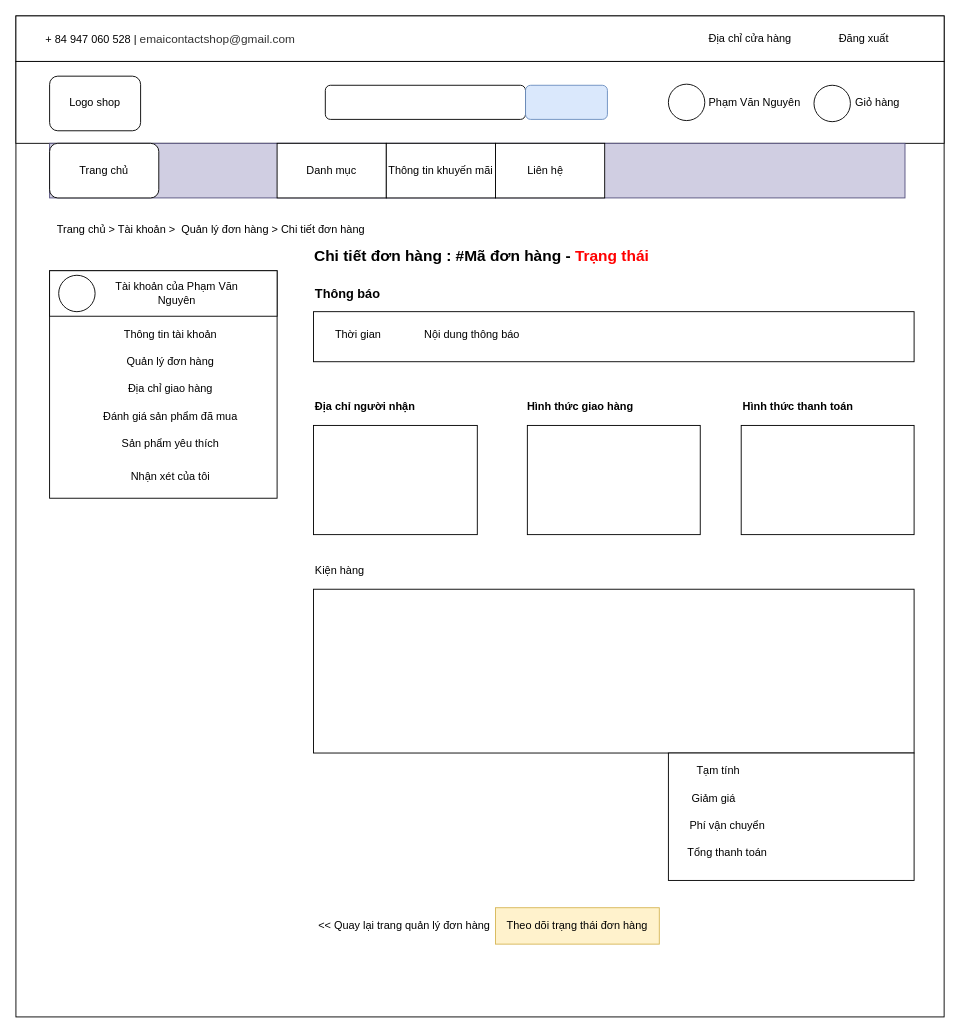
Before: mockup-fe/orderDetail-mockup.drawio in nguyenphamvan/datn_20202, a draw.io diagram. Source tidied: cells renumbered, new cells numbered last; positions are measured from the earlier drawing's top-left corner, leaving out a move shared by most shapes. Both pictures are drawn from the tidied source at 91%, with x=0, y=0 at pixel (15, 15).
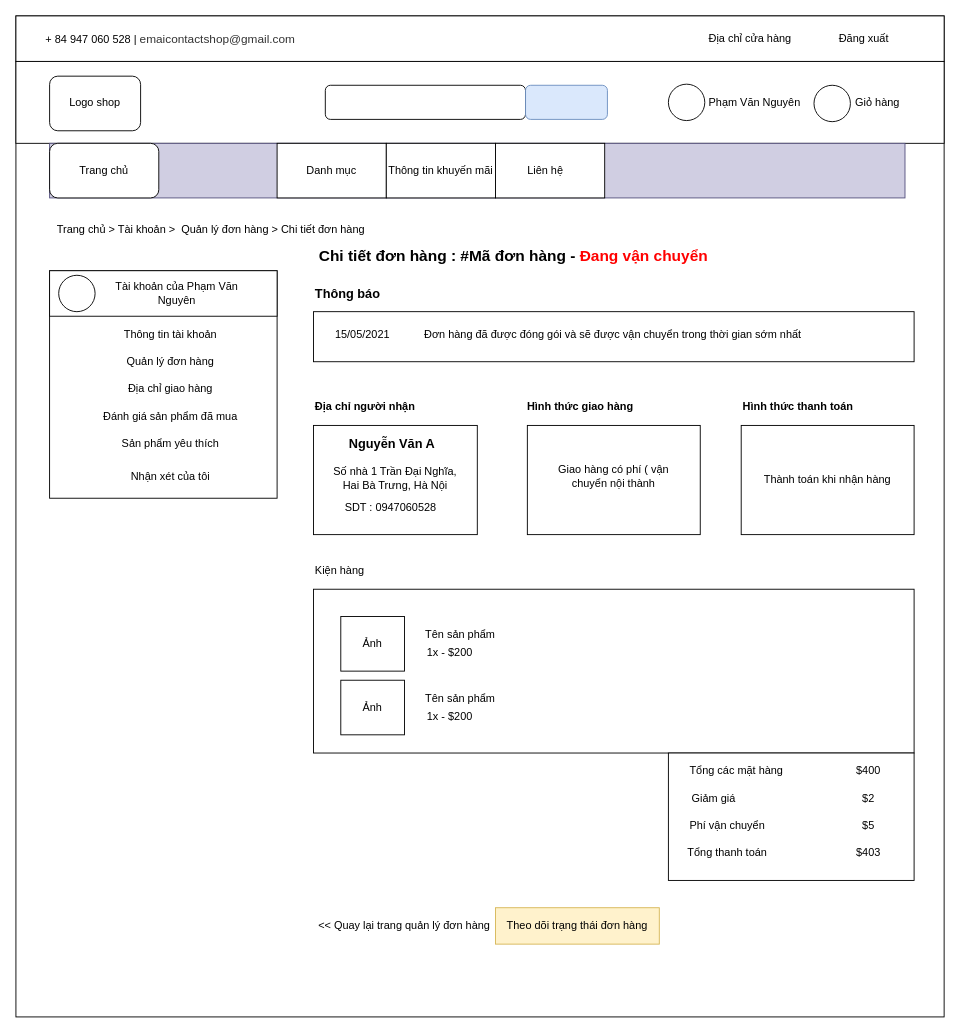
The same page after the edit.

What changed in the source:
```diff
@@
-    <mxCell id="37" value="Chi tiết đơn hàng : #Mã đơn hàng - &lt;font color=&quot;#ff0000&quot;&gt;Trạng thái&lt;/font&gt;" style="text;html=1;strokeColor=none;fillColor=none;align=center;verticalAlign=middle;whiteSpace=wrap;rounded=0;fontSize=17;fontStyle=1;" parent="1" vertex="1">
-      <mxGeometry x="317" y="250" width="390" height="30" as="geometry" />
+    <mxCell id="37" value="Chi tiết đơn hàng : #Mã đơn hàng - &lt;font color=&quot;#ff0000&quot;&gt;Đang vận chuyển&lt;/font&gt;" style="text;html=1;strokeColor=none;fillColor=none;align=center;verticalAlign=middle;whiteSpace=wrap;rounded=0;fontSize=17;fontStyle=1;" parent="1" vertex="1">
+      <mxGeometry x="317" y="250" width="460" height="30" as="geometry" />
     </mxCell>
@@
-    <mxCell id="39" value="Thời gian" style="text;html=1;strokeColor=none;fillColor=none;align=left;verticalAlign=middle;whiteSpace=wrap;rounded=0;" parent="1" vertex="1">
+    <mxCell id="39" value="15/05/2021" style="text;html=1;strokeColor=none;fillColor=none;align=left;verticalAlign=middle;whiteSpace=wrap;rounded=0;" parent="1" vertex="1">
       <mxGeometry x="348.5" y="340" width="77" height="20" as="geometry" />
     </mxCell>
-    <mxCell id="40" value="Nội dung thông báo" style="text;html=1;strokeColor=none;fillColor=none;align=left;verticalAlign=middle;whiteSpace=wrap;rounded=0;" parent="1" vertex="1">
+    <mxCell id="40" value="Đơn hàng đã được đóng gói và sẽ được vận chuyển trong thời gian sớm nhất" style="text;html=1;strokeColor=none;fillColor=none;align=left;verticalAlign=middle;whiteSpace=wrap;rounded=0;" parent="1" vertex="1">
       <mxGeometry x="447" y="340" width="510" height="20" as="geometry" />
     </mxCell>
@@
-    <mxCell id="50" value="Tạm tính" style="text;html=1;strokeColor=none;fillColor=none;align=center;verticalAlign=middle;whiteSpace=wrap;rounded=0;" parent="1" vertex="1">
-      <mxGeometry x="737" y="820" width="70" height="20" as="geometry" />
+    <mxCell id="50" value="Tổng các mặt hàng" style="text;html=1;strokeColor=none;fillColor=none;align=center;verticalAlign=middle;whiteSpace=wrap;rounded=0;" parent="1" vertex="1">
+      <mxGeometry x="737" y="820" width="110" height="20" as="geometry" />
     </mxCell>
@@
+    <mxCell id="56" value="&lt;b&gt;&lt;font style=&quot;font-size: 14px&quot;&gt;Nguyễn Văn A&lt;/font&gt;&lt;/b&gt;" style="text;html=1;strokeColor=none;fillColor=none;align=center;verticalAlign=middle;whiteSpace=wrap;rounded=0;" parent="1" vertex="1">
+      <mxGeometry x="340" y="460" width="147" height="20" as="geometry" />
+    </mxCell>
+    <mxCell id="57" value="Số nhà 1 Trần Đại Nghĩa, Hai Bà Trưng, Hà Nội" style="text;html=1;strokeColor=none;fillColor=none;align=center;verticalAlign=middle;whiteSpace=wrap;rounded=0;" parent="1" vertex="1">
+      <mxGeometry x="347" y="486" width="140" height="44" as="geometry" />
+    </mxCell>
+    <mxCell id="58" value="SDT : 0947060528" style="text;html=1;strokeColor=none;fillColor=none;align=center;verticalAlign=middle;whiteSpace=wrap;rounded=0;" parent="1" vertex="1">
+      <mxGeometry x="347" y="530" width="130" height="20" as="geometry" />
+    </mxCell>
+    <mxCell id="59" value="Giao hàng có phí ( vận chuyển nội thành" style="text;html=1;strokeColor=none;fillColor=none;align=center;verticalAlign=middle;whiteSpace=wrap;rounded=0;" parent="1" vertex="1">
+      <mxGeometry x="587" y="489" width="140" height="34" as="geometry" />
+    </mxCell>
+    <mxCell id="60" value="Thành toán khi nhận hàng" style="text;html=1;strokeColor=none;fillColor=none;align=center;verticalAlign=middle;whiteSpace=wrap;rounded=0;" parent="1" vertex="1">
+      <mxGeometry x="817" y="489" width="150" height="41" as="geometry" />
+    </mxCell>
+    <mxCell id="61" style="rounded=0;whiteSpace=wrap;html=1;" parent="1" vertex="1">
+      <mxGeometry x="357" y="660" width="70" height="60" as="geometry" />
+    </mxCell>
+    <mxCell id="62" value="Ảnh" style="text;html=1;strokeColor=none;fillColor=none;align=center;verticalAlign=middle;whiteSpace=wrap;rounded=0;" parent="1" vertex="1">
+      <mxGeometry x="372" y="680" width="40" height="20" as="geometry" />
+    </mxCell>
+    <mxCell id="63" value="Tên sản phẩm" style="text;html=1;strokeColor=none;fillColor=none;align=center;verticalAlign=middle;whiteSpace=wrap;rounded=0;" parent="1" vertex="1">
+      <mxGeometry x="440" y="670" width="97" height="20" as="geometry" />
+    </mxCell>
+    <mxCell id="64" value="1x - $200" style="text;html=1;strokeColor=none;fillColor=none;align=center;verticalAlign=middle;whiteSpace=wrap;rounded=0;" parent="1" vertex="1">
+      <mxGeometry x="447" y="690" width="60" height="20" as="geometry" />
+    </mxCell>
+    <mxCell id="65" style="rounded=0;whiteSpace=wrap;html=1;" parent="1" vertex="1">
+      <mxGeometry x="357" y="730" width="70" height="60" as="geometry" />
+    </mxCell>
+    <mxCell id="66" value="Ảnh" style="text;html=1;strokeColor=none;fillColor=none;align=center;verticalAlign=middle;whiteSpace=wrap;rounded=0;" parent="1" vertex="1">
+      <mxGeometry x="372" y="750" width="40" height="20" as="geometry" />
+    </mxCell>
+    <mxCell id="67" value="Tên sản phẩm" style="text;html=1;strokeColor=none;fillColor=none;align=center;verticalAlign=middle;whiteSpace=wrap;rounded=0;" parent="1" vertex="1">
+      <mxGeometry x="440" y="740" width="97" height="20" as="geometry" />
+    </mxCell>
+    <mxCell id="68" value="1x - $200" style="text;html=1;strokeColor=none;fillColor=none;align=center;verticalAlign=middle;whiteSpace=wrap;rounded=0;" parent="1" vertex="1">
+      <mxGeometry x="437" y="760" width="80" height="20" as="geometry" />
+    </mxCell>
+    <mxCell id="69" value="$400" style="text;html=1;strokeColor=none;fillColor=none;align=center;verticalAlign=middle;whiteSpace=wrap;rounded=0;" parent="1" vertex="1">
+      <mxGeometry x="917" y="820" width="40" height="20" as="geometry" />
+    </mxCell>
+    <mxCell id="70" value="$2" style="text;html=1;strokeColor=none;fillColor=none;align=center;verticalAlign=middle;whiteSpace=wrap;rounded=0;" parent="1" vertex="1">
+      <mxGeometry x="917" y="850" width="40" height="20" as="geometry" />
+    </mxCell>
+    <mxCell id="71" value="$5" style="text;html=1;strokeColor=none;fillColor=none;align=center;verticalAlign=middle;whiteSpace=wrap;rounded=0;" parent="1" vertex="1">
+      <mxGeometry x="917" y="880" width="40" height="20" as="geometry" />
+    </mxCell>
+    <mxCell id="72" value="$403" style="text;html=1;strokeColor=none;fillColor=none;align=center;verticalAlign=middle;whiteSpace=wrap;rounded=0;" parent="1" vertex="1">
+      <mxGeometry x="917" y="910" width="40" height="20" as="geometry" />
+    </mxCell>
```
